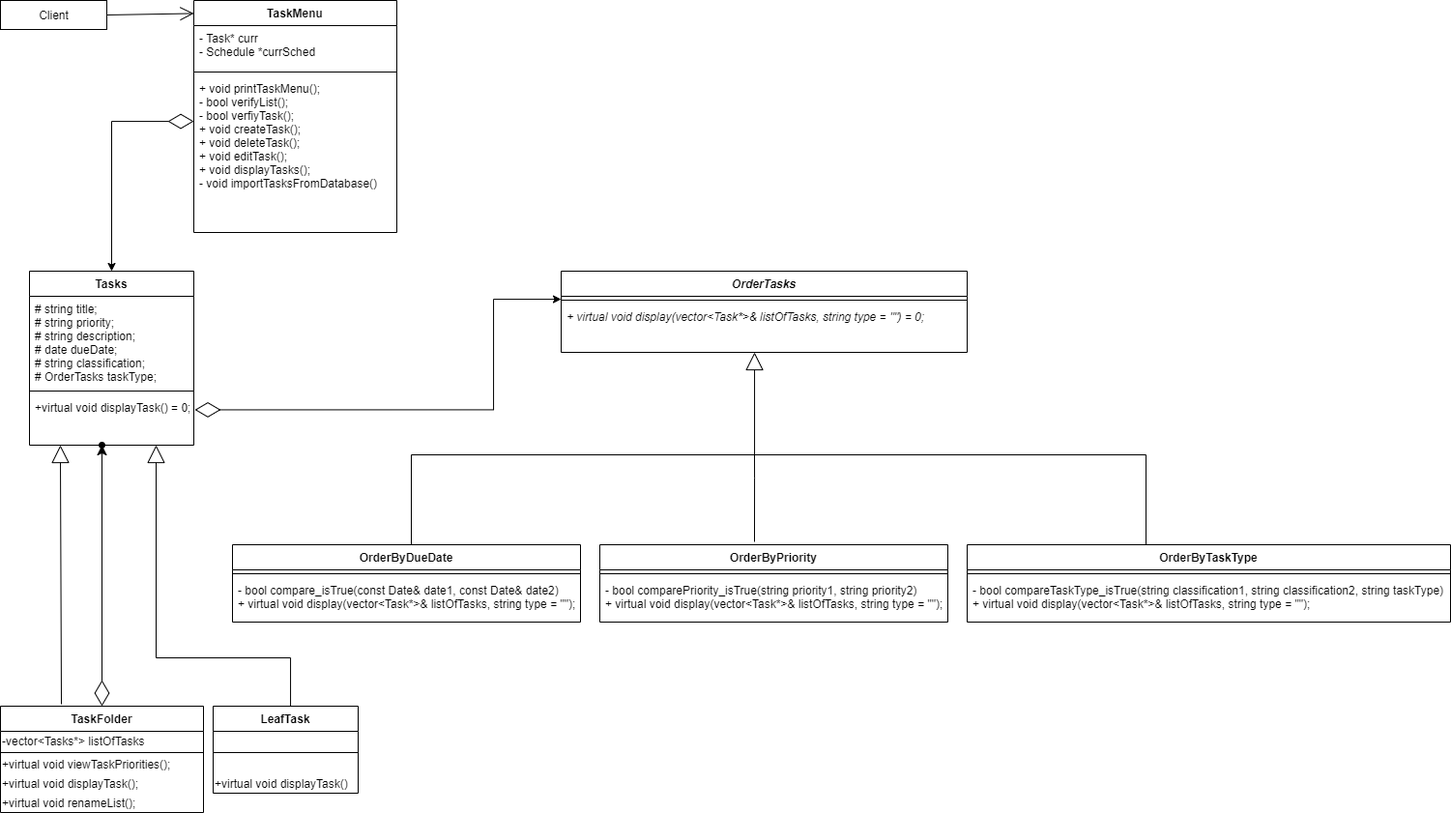
iarebwan/TaskScheduler keeps this draw.io diagram as cs100 final project class diagram.png. Above is the earlier version. Source tidied: cells renumbered, new cells last; positions are measured from the earlier drawing's top-left corner, leaving out a move shared by most shapes.
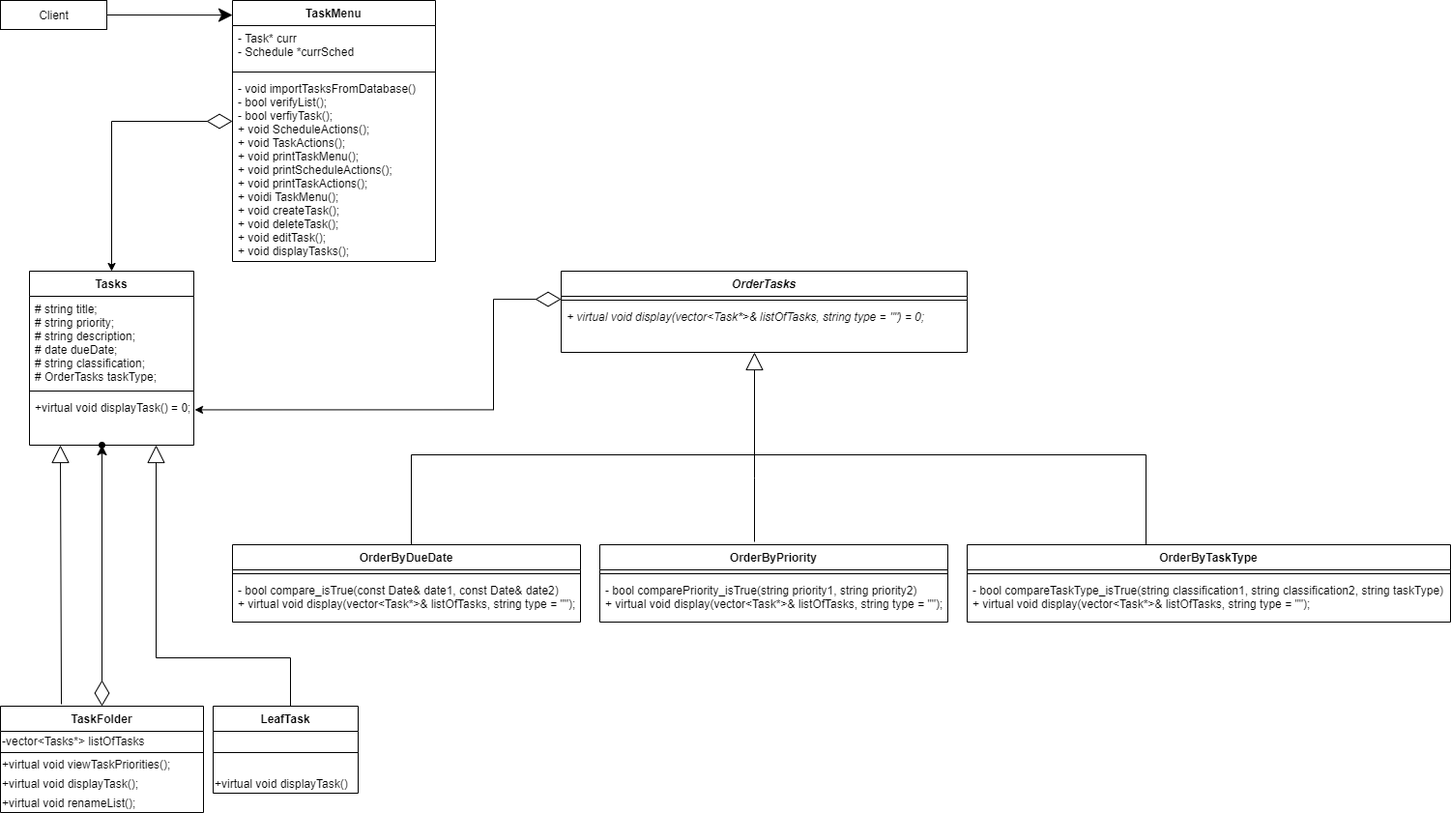
The same file after the commit.

Change to the diagram source:
```diff
@@ -6,7 +6,7 @@
       <mxGeometry width="110" height="30" as="geometry" />
     </mxCell>
     <mxCell id="3" value="TaskMenu" style="swimlane;fontStyle=1;align=center;verticalAlign=top;horizontal=1;startSize=26;" parent="1" vertex="1">
-      <mxGeometry x="200" width="210" height="240" as="geometry" />
+      <mxGeometry x="240" width="210" height="270" as="geometry" />
     </mxCell>
     <mxCell id="4" value="- Task* curr&#10;- Schedule *currSched" style="text;strokeColor=none;fillColor=none;align=left;verticalAlign=top;spacingLeft=4;spacingRight=4;overflow=hidden;" parent="3" vertex="1">
       <mxGeometry y="26" width="210" height="44" as="geometry" />
@@ -14,8 +14,8 @@
     <mxCell id="5" style="line;strokeWidth=1;fillColor=none;align=left;verticalAlign=middle;spacingTop=-1;spacingLeft=3;spacingRight=3;labelPosition=right;" parent="3" vertex="1">
       <mxGeometry y="70" width="210" height="8" as="geometry" />
     </mxCell>
-    <mxCell id="6" value="+ void printTaskMenu();&#10;- bool verifyList();&#10;- bool verfiyTask();&#10;+ void createTask();&#10;+ void deleteTask();&#10;+ void editTask();&#10;+ void displayTasks();&#10;- void importTasksFromDatabase()" style="text;strokeColor=none;fillColor=none;align=left;verticalAlign=top;spacingLeft=4;spacingRight=4;overflow=hidden;points=[[0,0.5],[1,0.5]];portConstraint=eastwest;" parent="3" vertex="1">
-      <mxGeometry y="78" width="210" height="162" as="geometry" />
+    <mxCell id="6" value="- void importTasksFromDatabase()&#10;- bool verifyList();&#10;- bool verfiyTask();&#10;+ void ScheduleActions();&#10;+ void TaskActions();&#10;+ void printTaskMenu();&#10;+ void printScheduleActions();&#10;+ void printTaskActions();&#10;+ voidi TaskMenu();&#10;+ void createTask();&#10;+ void deleteTask();&#10;+ void editTask();&#10;+ void displayTasks();" style="text;strokeColor=none;fillColor=none;align=left;verticalAlign=top;spacingLeft=4;spacingRight=4;overflow=hidden;points=[[0,0.5],[1,0.5]];portConstraint=eastwest;" parent="3" vertex="1">
+      <mxGeometry y="78" width="210" height="192" as="geometry" />
     </mxCell>
     <mxCell id="7" value="OrderTasks" style="swimlane;fontStyle=3;align=center;verticalAlign=top;horizontal=1;startSize=26;" parent="1" vertex="1">
       <mxGeometry x="580" y="280" width="420" height="84" as="geometry" />
@@ -83,7 +83,7 @@
     <mxCell id="28" value="&lt;span&gt;+virtual void renameList();&lt;/span&gt;" style="text;html=1;align=left;verticalAlign=middle;strokeColor=none;" parent="23" vertex="1">
       <mxGeometry y="90" width="210" height="20" as="geometry" />
     </mxCell>
-    <mxCell id="29" style="endArrow=open;endFill=1;endSize=12;html=1;rounded=0;exitX=1;exitY=0.5;exitDx=0;exitDy=0;entryX=0;entryY=0.056;entryDx=0;entryDy=0;entryPerimeter=0;" parent="1" edge="1" source="2" target="3">
+    <mxCell id="29" style="endArrow=classic;endFill=1;endSize=12;html=1;rounded=0;exitX=1;exitY=0.5;exitDx=0;exitDy=0;entryX=0;entryY=0.056;entryDx=0;entryDy=0;entryPerimeter=0;" parent="1" edge="1" source="2" target="3">
       <mxGeometry relative="1" as="geometry" />
     </mxCell>
     <mxCell id="30" style="endArrow=diamondThin;endFill=0;endSize=24;html=1;rounded=0;edgeStyle=orthogonalEdgeStyle;exitX=0.5;exitY=0;exitDx=0;exitDy=0;startArrow=classic;startFill=1;" parent="1" edge="1" source="10" target="6">
@@ -93,14 +93,6 @@
         </Array>
       </mxGeometry>
     </mxCell>
-    <mxCell id="31" style="endArrow=diamondThin;endFill=0;endSize=24;html=1;rounded=0;edgeStyle=orthogonalEdgeStyle;entryX=1.006;entryY=0.297;entryDx=0;entryDy=0;entryPerimeter=0;exitX=0;exitY=0.382;exitDx=0;exitDy=0;startArrow=classic;startFill=1;exitPerimeter=0;" parent="1" edge="1" source="8" target="13">
-      <mxGeometry relative="1" as="geometry">
-        <Array as="points">
-          <mxPoint x="510" y="309" />
-          <mxPoint x="510" y="423" />
-        </Array>
-      </mxGeometry>
-    </mxCell>
     <mxCell id="32" style="endArrow=block;endSize=16;endFill=0;html=1;rounded=0;edgeStyle=orthogonalEdgeStyle;exitX=0.5;exitY=0;exitDx=0;exitDy=0;" parent="1" edge="1" source="14" target="9">
       <mxGeometry x="-0.12" y="10" relative="1" as="geometry">
         <Array as="points">
@@ -162,5 +154,13 @@
         </Array>
       </mxGeometry>
     </mxCell>
+    <mxCell id="31" style="endArrow=diamondThin;endFill=0;endSize=24;html=1;rounded=0;edgeStyle=orthogonalEdgeStyle;entryX=0;entryY=0.382;entryDx=0;entryDy=0;entryPerimeter=0;exitX=1.006;exitY=0.297;exitDx=0;exitDy=0;startArrow=classic;startFill=1;exitPerimeter=0;" parent="1" edge="1" source="13" target="8">
+      <mxGeometry relative="1" as="geometry">
+        <Array as="points">
+          <mxPoint x="510" y="423" />
+          <mxPoint x="510" y="309" />
+        </Array>
+      </mxGeometry>
+    </mxCell>
   </root>
 </mxGraphModel>
```
